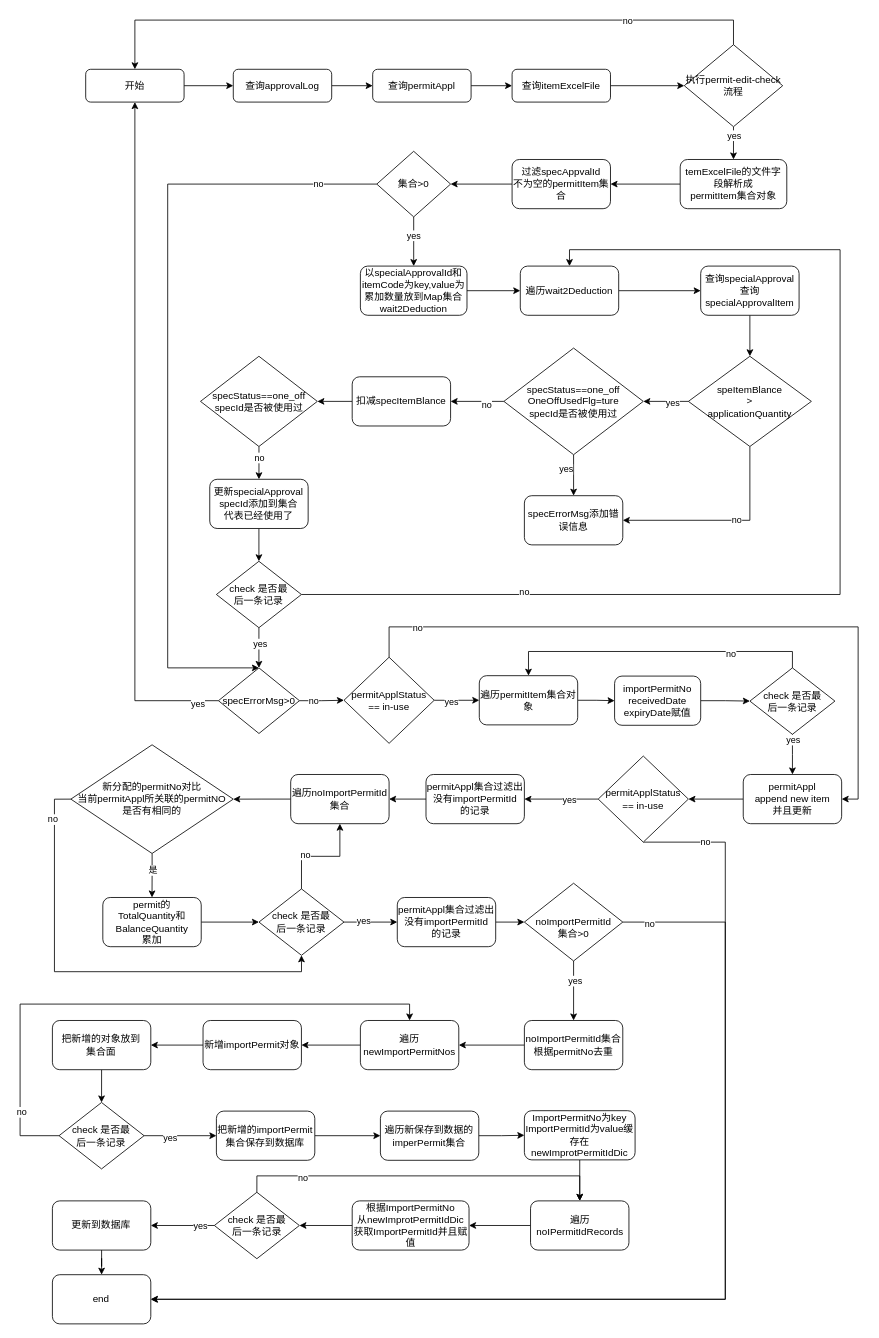
1119132473/doc keeps this draw.io diagram as permit-append-appraved.drawio. Above is the earlier version. Source tidied: cells renumbered, new cells numbered last; positions are measured from the earlier drawing's top-left corner, leaving out a move shared by most shapes. Both pictures are drawn from the tidied source at 82%, with x=0, y=0 at pixel (20, 20).
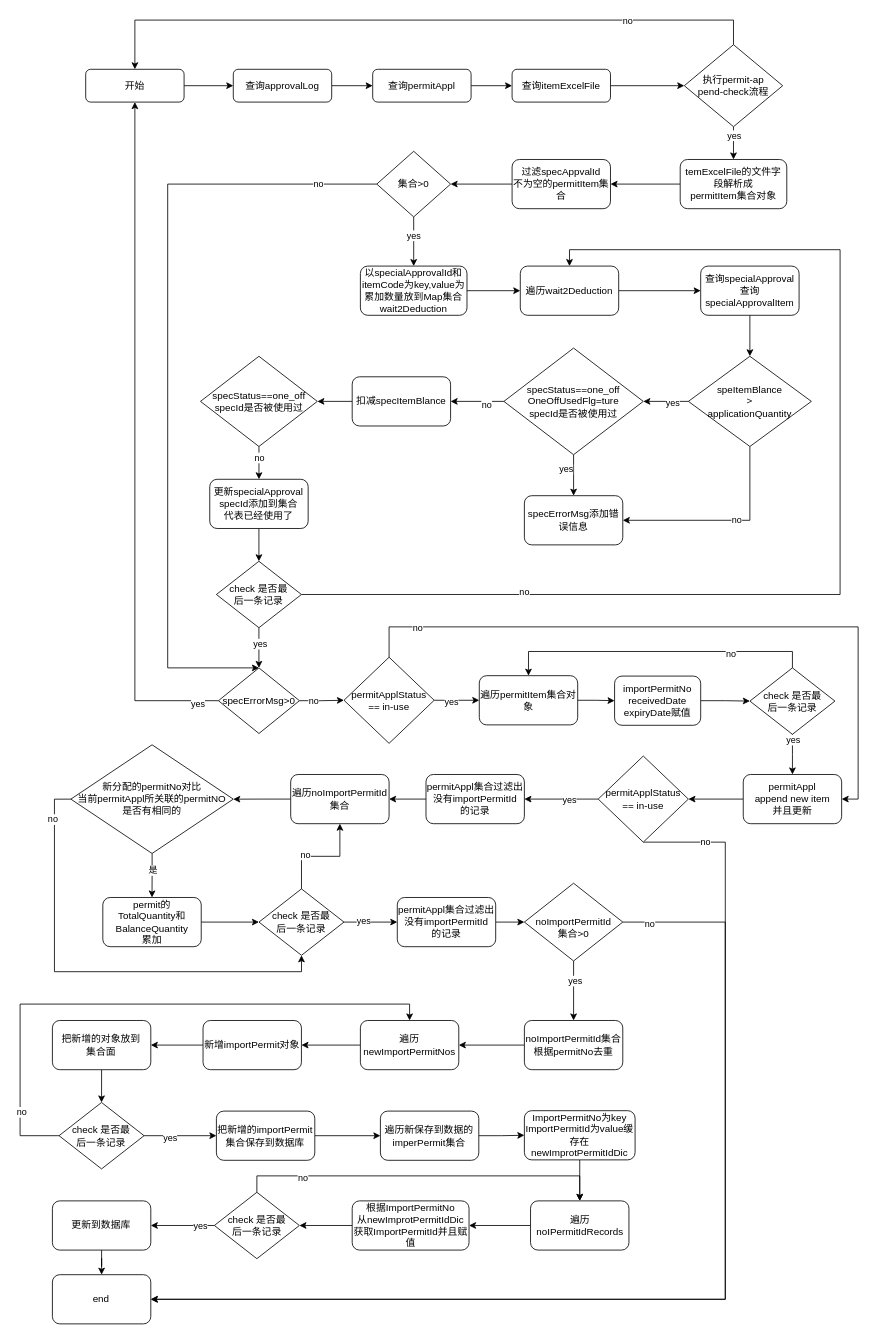
The same diagram, later.

Change to the diagram source:
```diff
@@
-    <mxCell id="14" value="执行permit-edit-check流程" style="rhombus;whiteSpace=wrap;html=1;" parent="1" vertex="1">
+    <mxCell id="14" value="&lt;div&gt;执行permit-ap&lt;/div&gt;&lt;div&gt;pend-check流程&lt;/div&gt;" style="rhombus;whiteSpace=wrap;html=1;" parent="1" vertex="1">
       <mxGeometry x="810" y="30" width="120" height="100" as="geometry" />
     </mxCell>
```
